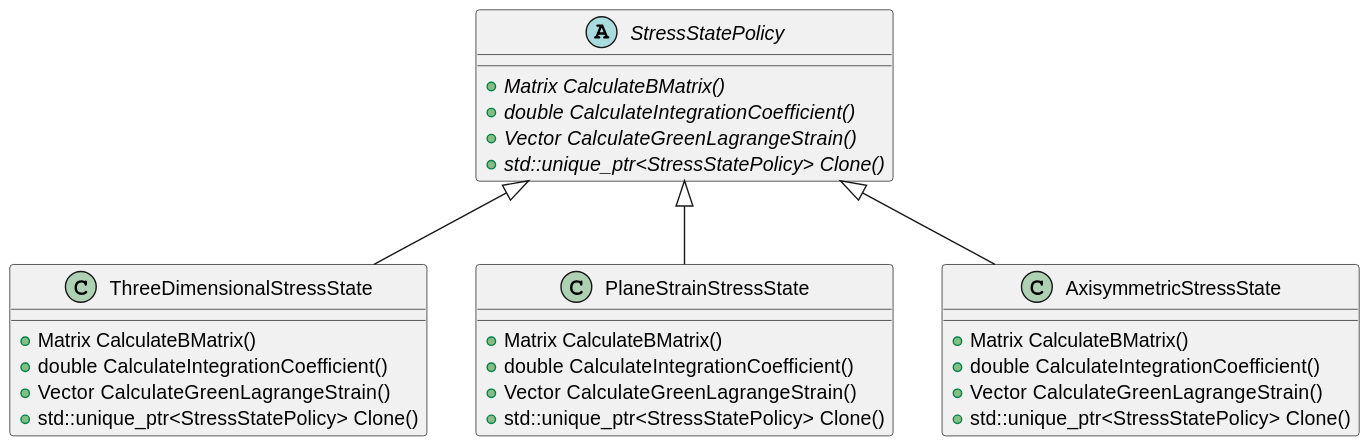
The PlantUML diagram applications/GeoMechanicsApplication/custom_elements/stress_state_policies.svg in KratosMultiphysics/Kratos, before a commit. Source of this version:
```plantuml
@startuml
abstract class StressStatePolicy {
  +{abstract} Matrix CalculateBMatrix()
  +{abstract} double CalculateIntegrationCoefficient()
  +{abstract} Vector CalculateGreenLagrangeStrain()
  +{abstract} std::unique_ptr<StressStatePolicy> Clone()

}

class ThreeDimensionalStressState {
  +Matrix CalculateBMatrix()
  +double CalculateIntegrationCoefficient()
  +Vector CalculateGreenLagrangeStrain()
  +std::unique_ptr<StressStatePolicy> Clone()
}

class PlaneStrainStressState {
  +Matrix CalculateBMatrix()
  +double CalculateIntegrationCoefficient()
  +Vector CalculateGreenLagrangeStrain()
  +std::unique_ptr<StressStatePolicy> Clone()
}

class AxisymmetricStressState {
  +Matrix CalculateBMatrix()
  +double CalculateIntegrationCoefficient()
  +Vector CalculateGreenLagrangeStrain()
  +std::unique_ptr<StressStatePolicy> Clone()
}

StressStatePolicy <|-- ThreeDimensionalStressState
StressStatePolicy <|-- PlaneStrainStressState
StressStatePolicy <|-- AxisymmetricStressState
@enduml
```
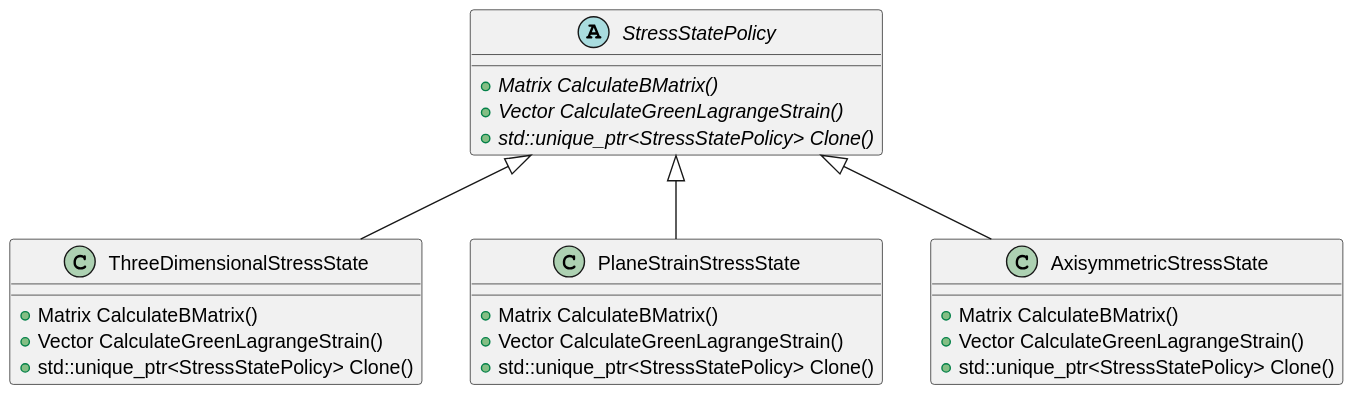
After the commit.

What changed in the source:
```diff
@@ -1,7 +1,6 @@
 @startuml
 abstract class StressStatePolicy {
   +{abstract} Matrix CalculateBMatrix()
-  +{abstract} double CalculateIntegrationCoefficient()
   +{abstract} Vector CalculateGreenLagrangeStrain()
   +{abstract} std::unique_ptr<StressStatePolicy> Clone()
 
@@ -9,21 +8,18 @@
 
 class ThreeDimensionalStressState {
   +Matrix CalculateBMatrix()
-  +double CalculateIntegrationCoefficient()
   +Vector CalculateGreenLagrangeStrain()
   +std::unique_ptr<StressStatePolicy> Clone()
 }
 
 class PlaneStrainStressState {
   +Matrix CalculateBMatrix()
-  +double CalculateIntegrationCoefficient()
   +Vector CalculateGreenLagrangeStrain()
   +std::unique_ptr<StressStatePolicy> Clone()
 }
 
 class AxisymmetricStressState {
   +Matrix CalculateBMatrix()
-  +double CalculateIntegrationCoefficient()
   +Vector CalculateGreenLagrangeStrain()
   +std::unique_ptr<StressStatePolicy> Clone()
 }
```
